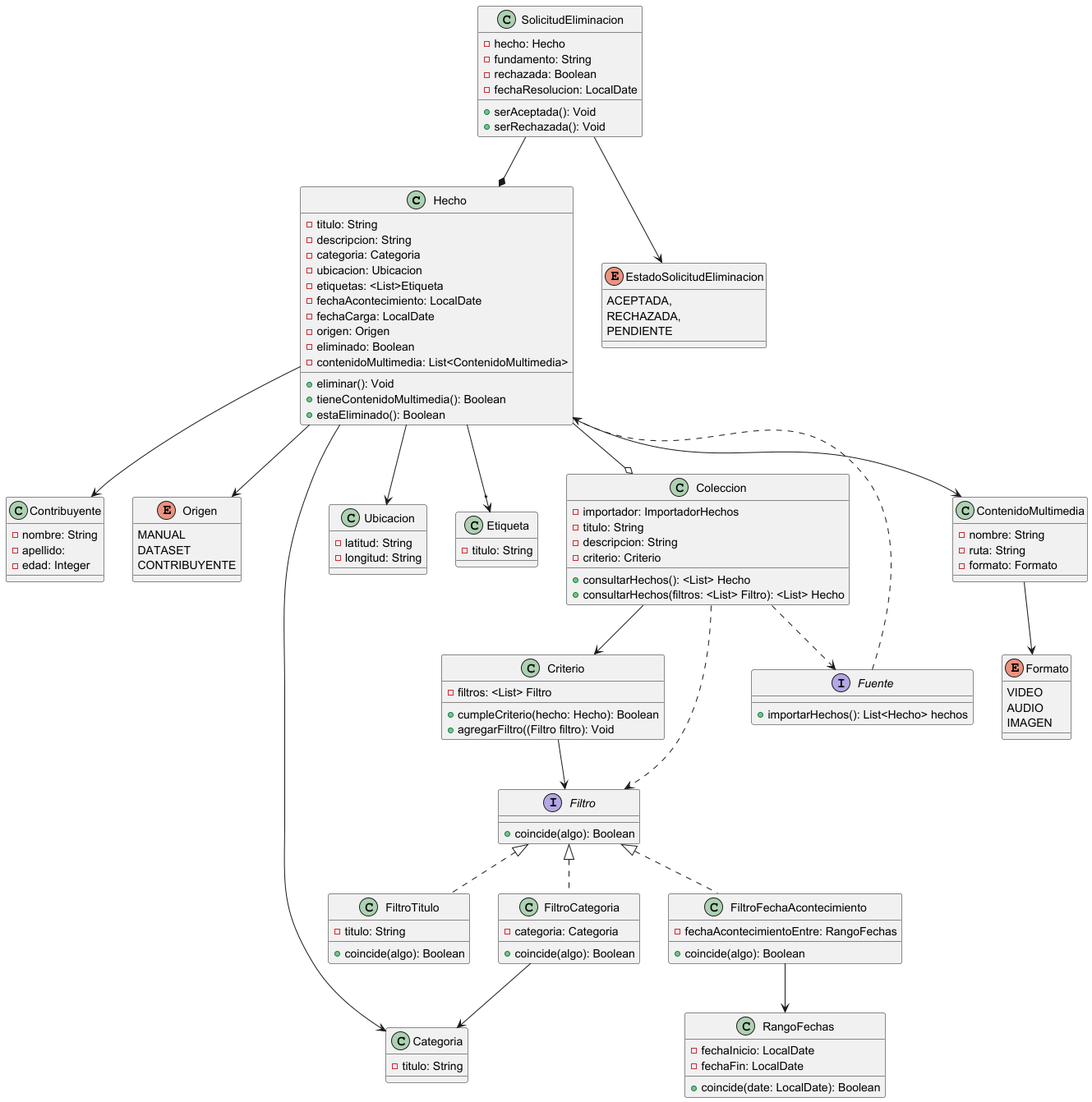
BrunoRodriguezzz/tp-dsi keeps this PlantUML diagram as public/DiagramaDeClases-1°Entrega.png. Above is the earlier version. Source of this version:
```plantuml
@startuml
Hecho --> Contribuyente
Hecho --> Origen
Hecho --> Categoria
Hecho --> Ubicacion
Hecho -->"*" Etiqueta
Hecho --o Coleccion
Hecho --> ContenidoMultimedia

SolicitudEliminacion --* Hecho
SolicitudEliminacion --> EstadoSolicitudEliminacion

Coleccion --> Criterio
Coleccion ..> Filtro

Coleccion ..> Fuente
Fuente ..> Hecho

Criterio --> Filtro

Filtro <|.. FiltroTitulo
Filtro <|.. FiltroCategoria
Filtro <|.. FiltroFechaAcontecimiento

FiltroCategoria --> Categoria
FiltroFechaAcontecimiento --> RangoFechas

ContenidoMultimedia --> Formato

class Contribuyente {
    -nombre: String
    -apellido:
    -edad: Integer
}

enum EstadoSolicitudEliminacion {
    ACEPTADA,
    RECHAZADA,
    PENDIENTE
}

class ContenidoMultimedia {
    -nombre: String
    -ruta: String
    -formato: Formato
}

enum Formato {
    VIDEO
    AUDIO
    IMAGEN
}

class Hecho {
    -titulo: String
    -descripcion: String
    -categoria: Categoria
    -ubicacion: Ubicacion
    -etiquetas: <List>Etiqueta
    -fechaAcontecimiento: LocalDate
    -fechaCarga: LocalDate
    -origen: Origen
    -eliminado: Boolean
    -contenidoMultimedia: List<ContenidoMultimedia>
    +eliminar(): Void
    +tieneContenidoMultimedia(): Boolean
    +estaEliminado(): Boolean
}

interface Fuente {
    +importarHechos(): List<Hecho> hechos
}

class Etiqueta {
    -titulo: String
}

enum Origen {
    MANUAL
    DATASET
    CONTRIBUYENTE
}

class Categoria {
    -titulo: String
}

class Ubicacion {
    -latitud: String
    -longitud: String
}

class SolicitudEliminacion {
    -hecho: Hecho
    -fundamento: String
    -rechazada: Boolean
    -fechaResolucion: LocalDate
    +serAceptada(): Void
    +serRechazada(): Void
}

class Coleccion {
    -importador: ImportadorHechos
    -titulo: String
    -descripcion: String
    -criterio: Criterio
    +consultarHechos(): <List> Hecho
    +consultarHechos(filtros: <List> Filtro): <List> Hecho
}

class Criterio{
    -filtros: <List> Filtro

    +cumpleCriterio(hecho: Hecho): Boolean
    +agregarFiltro((Filtro filtro): Void
}

class RangoFechas {
    -fechaInicio: LocalDate
    -fechaFin: LocalDate
    +coincide(date: LocalDate): Boolean
}

interface Filtro{
    +coincide(algo): Boolean
}

class FiltroTitulo{
    -titulo: String
    +coincide(algo): Boolean
}

class FiltroFechaAcontecimiento{
    -fechaAcontecimientoEntre: RangoFechas
    +coincide(algo): Boolean
}

class FiltroCategoria{
    -categoria: Categoria
    +coincide(algo): Boolean
}

@enduml
```
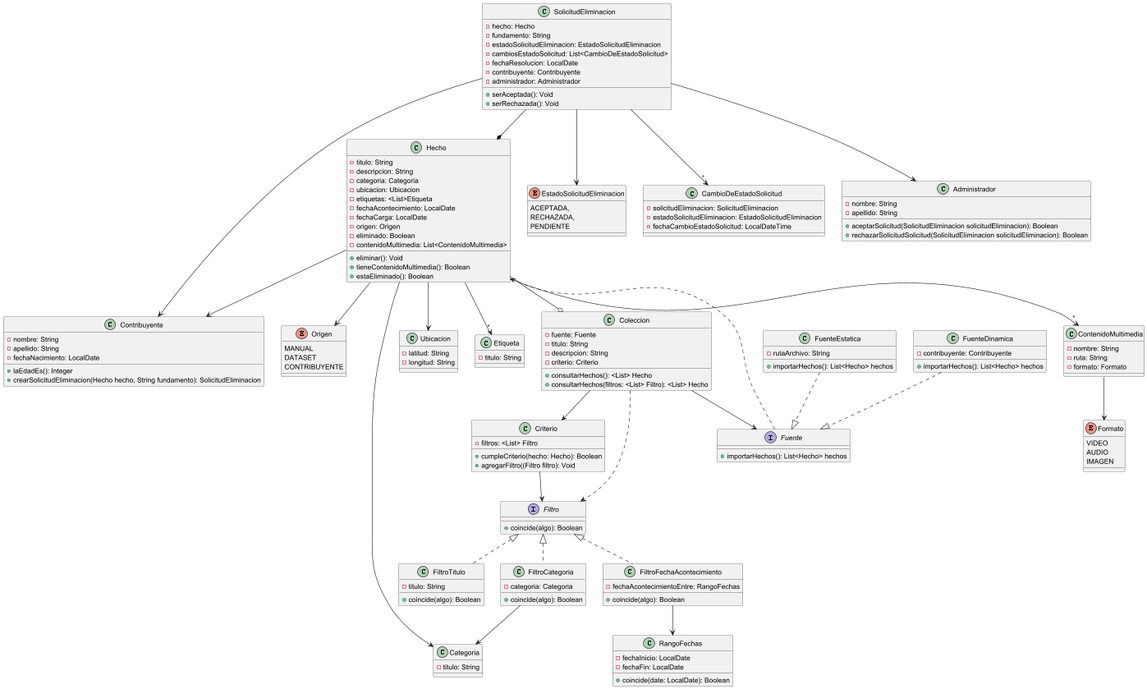
The same file after the commit.

Commit message:
diagrama actualizado en md

The edit, as a diff of the source:
```diff
@@ -5,16 +5,21 @@
 Hecho --> Ubicacion
 Hecho -->"*" Etiqueta
 Hecho --o Coleccion
-Hecho --> ContenidoMultimedia
+Hecho -->"*" ContenidoMultimedia
 
 SolicitudEliminacion --* Hecho
 SolicitudEliminacion --> EstadoSolicitudEliminacion
+SolicitudEliminacion -->"*" CambioDeEstadoSolicitud
+SolicitudEliminacion --> Contribuyente
+SolicitudEliminacion --> Administrador
 
 Coleccion --> Criterio
 Coleccion ..> Filtro
 
-Coleccion ..> Fuente
+Coleccion --> Fuente
 Fuente ..> Hecho
+FuenteEstatica ..|> Fuente
+FuenteDinamica ..|> Fuente
 
 Criterio --> Filtro
 
@@ -27,16 +32,32 @@
 
 ContenidoMultimedia --> Formato
 
+
 class Contribuyente {
     -nombre: String
-    -apellido:
-    -edad: Integer
+    -apellido: String
+    -fechaNacimiento: LocalDate
+    +laEdadEs(): Integer
+    +crearSolicitudEliminacion(Hecho hecho, String fundamento): SolicitudEliminacion
+}
+
+class Administrador {
+    -nombre: String
+    -apellido: String
+    +aceptarSolicitud(SolicitudEliminacion solicitudEliminacion): Boolean
+    +rechazarSolicitudSolicitud(SolicitudEliminacion solicitudEliminacion): Boolean
 }
 
 enum EstadoSolicitudEliminacion {
     ACEPTADA,
     RECHAZADA,
     PENDIENTE
+}
+
+class CambioDeEstadoSolicitud {
+    -solicitudEliminacion: SolicitudEliminacion
+    -estadoSolicitudEliminacion: EstadoSolicitudEliminacion
+    -fechaCambioEstadoSolicitud: LocalDateTime
 }
 
 class ContenidoMultimedia {
@@ -71,6 +92,16 @@
     +importarHechos(): List<Hecho> hechos
 }
 
+class FuenteEstatica {
+    -rutaArchivo: String
+    +importarHechos(): List<Hecho> hechos
+}
+
+class FuenteDinamica {
+    -contribuyente: Contribuyente
+    +importarHechos(): List<Hecho> hechos
+}
+
 class Etiqueta {
     -titulo: String
 }
@@ -93,14 +124,17 @@
 class SolicitudEliminacion {
     -hecho: Hecho
     -fundamento: String
-    -rechazada: Boolean
+    -estadoSolicitudEliminacion: EstadoSolicitudEliminacion
+    -cambiosEstadoSolicitud: List<CambioDeEstadoSolicitud>
     -fechaResolucion: LocalDate
+    -contribuyente: Contribuyente
+    -administrador: Administrador
     +serAceptada(): Void
     +serRechazada(): Void
 }
 
 class Coleccion {
-    -importador: ImportadorHechos
+    -fuente: Fuente
     -titulo: String
     -descripcion: String
     -criterio: Criterio
```
